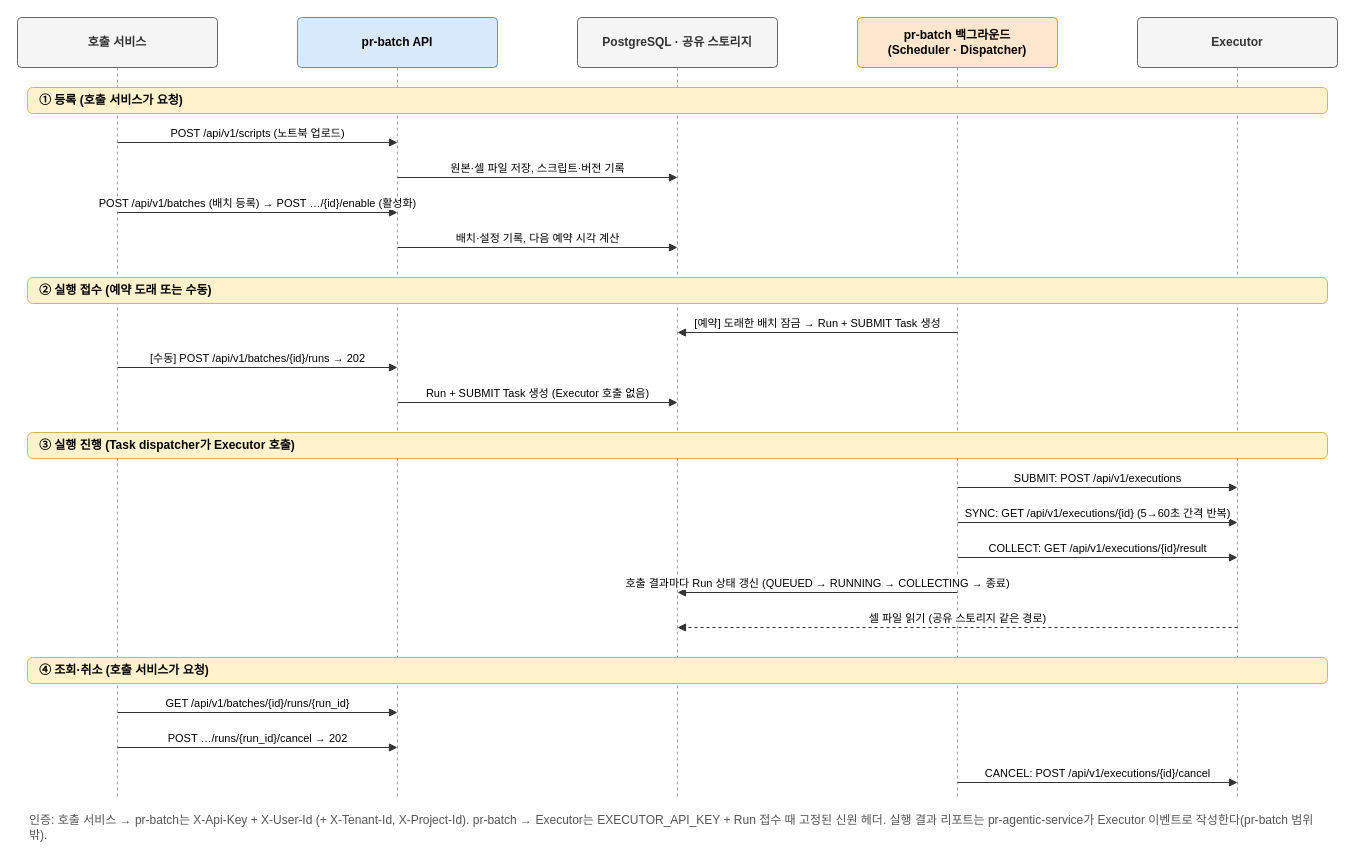
Earlier version of the draw.io diagram docs/deliverables/operator-manual/pr-batch_인터페이스흐름도.drawio (KimHwaJin/pr-batch). Source tidied: cells renumbered, new cells numbered last; positions are measured from the earlier drawing's top-left corner, leaving out a move shared by most shapes. Both pictures are drawn from the tidied source at 100%, with x=0, y=0 at pixel (17, 17).
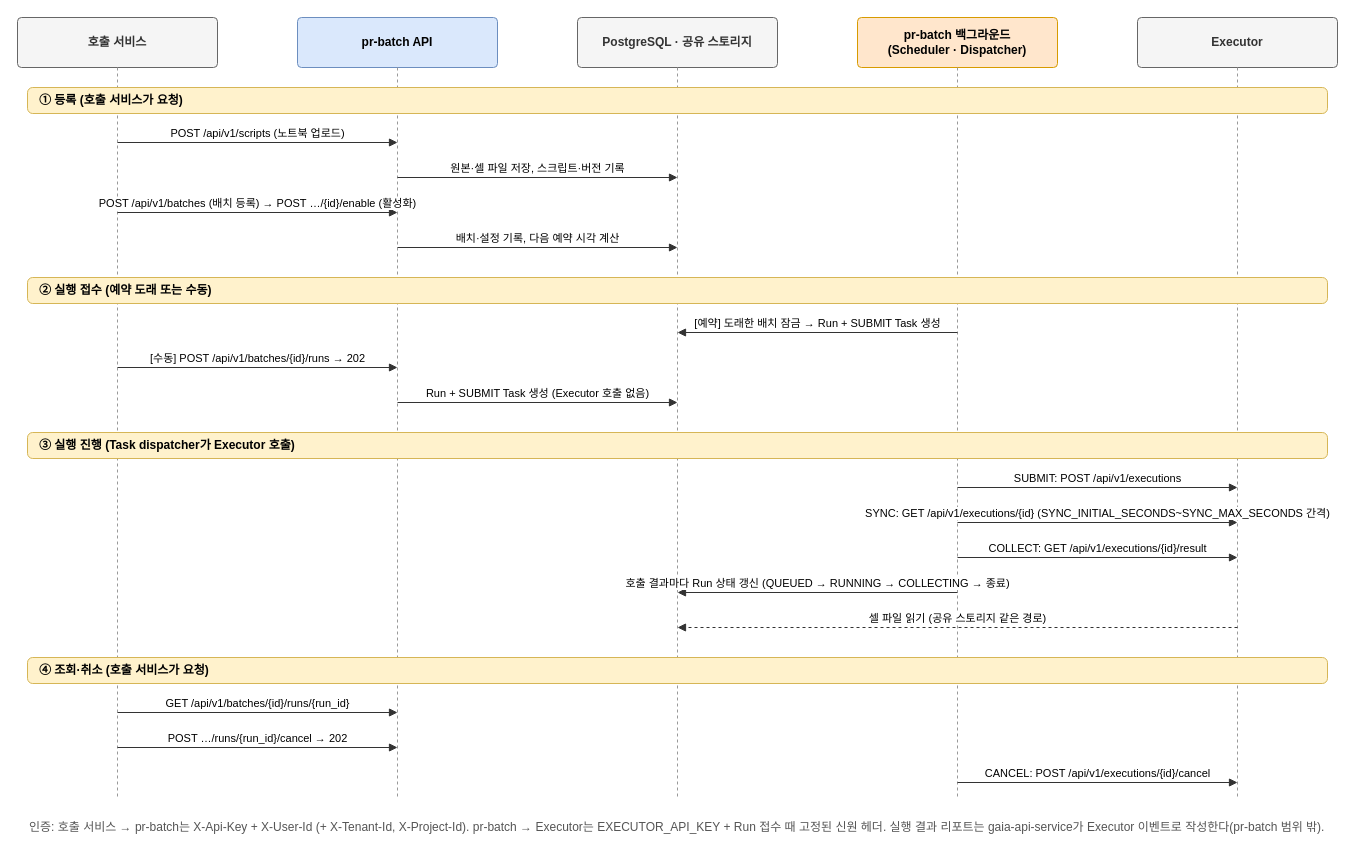
Above is the later version.

Diff of the diagram source:
```diff
@@
-    <mxCell id="23" value="SYNC: GET /api/v1/executions/{id} (5→60초 간격 반복)" style="html=1;rounded=0;endArrow=block;endFill=1;strokeColor=#333333;fontSize=11;labelBackgroundColor=#ffffff;verticalAlign=bottom;" parent="1" edge="1">
+    <mxCell id="23" value="SYNC: GET /api/v1/executions/{id} (SYNC_INITIAL_SECONDS~SYNC_MAX_SECONDS 간격)" style="html=1;rounded=0;endArrow=block;endFill=1;strokeColor=#333333;fontSize=11;labelBackgroundColor=#ffffff;verticalAlign=bottom;" parent="1" edge="1">
       <mxGeometry relative="1" as="geometry">
         <mxPoint x="940" y="505" as="sourcePoint" />
         <mxPoint x="1220" y="505" as="targetPoint" />
       </mxGeometry>
     </mxCell>
@@
-    <mxCell id="31" value="인증: 호출 서비스 → pr-batch는 X-Api-Key + X-User-Id (+ X-Tenant-Id, X-Project-Id). pr-batch → Executor는 EXECUTOR_API_KEY + Run 접수 때 고정된 신원 헤더. 실행 결과 리포트는 pr-agentic-service가 Executor 이벤트로 작성한다(pr-batch 범위 밖)." style="rounded=1;arcSize=8;whiteSpace=wrap;html=1;fontSize=12;fillColor=none;strokeColor=none;align=left;fontColor=#555555;" parent="1" vertex="1">
+    <mxCell id="31" value="인증: 호출 서비스 → pr-batch는 X-Api-Key + X-User-Id (+ X-Tenant-Id, X-Project-Id). pr-batch → Executor는 EXECUTOR_API_KEY + Run 접수 때 고정된 신원 헤더. 실행 결과 리포트는 gaia-api-service가 Executor 이벤트로 작성한다(pr-batch 범위 밖)." style="rounded=1;arcSize=8;whiteSpace=wrap;html=1;fontSize=12;fillColor=none;strokeColor=none;align=left;fontColor=#555555;" parent="1" vertex="1">
       <mxGeometry x="10" y="790" width="1300" height="40" as="geometry" />
     </mxCell>
```
